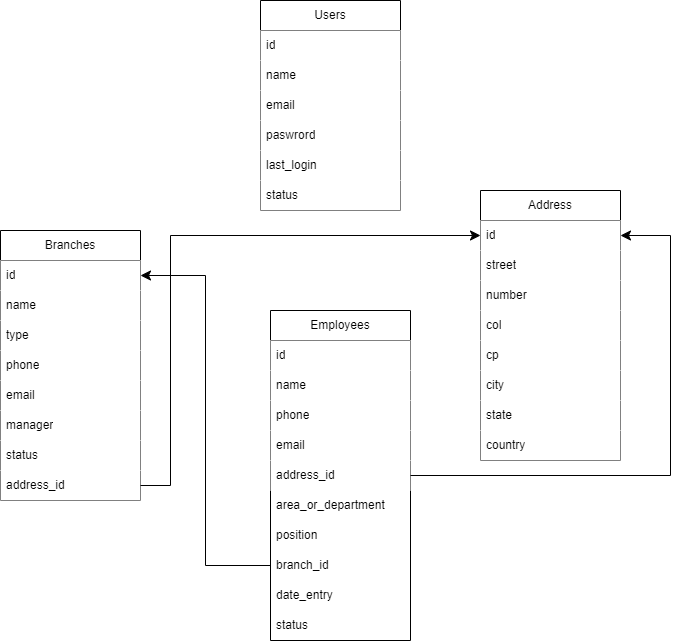
The draw.io diagram ModeloRelacional.png in Breayanxd/patito_project, before a commit. Source tidied: cells renumbered, new cells last; positions are measured from the earlier drawing's top-left corner, leaving out a move shared by most shapes.
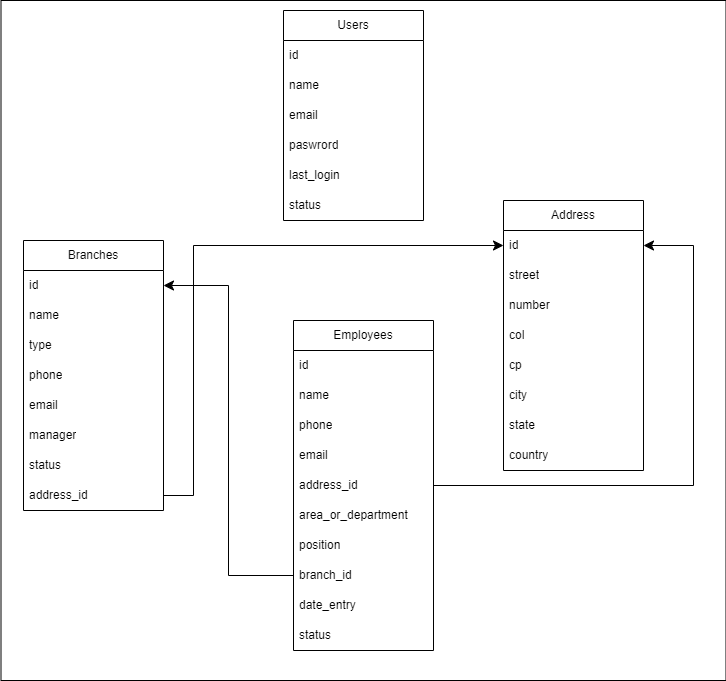
Later version of the same file.

Change to the diagram source:
```diff
@@ -2,97 +2,100 @@
   <root>
     <mxCell id="0" />
     <mxCell id="1" parent="0" />
+    <mxCell id="41" style="rounded=0;whiteSpace=wrap;html=1;fillColor=#FFFFFF;" parent="1" vertex="1">
+      <mxGeometry x="-22.5" y="-10" width="725" height="680" as="geometry" />
+    </mxCell>
-    <mxCell id="2" value="Branches" style="swimlane;fontStyle=0;horizontal=1;startSize=30;whiteSpace=wrap;html=1;fillColor=#FFFFFF;" parent="1" vertex="1">
+    <mxCell id="2" value="Branches" style="swimlane;fontStyle=0;horizontal=1;startSize=30;whiteSpace=wrap;html=1;" parent="1" vertex="1">
       <mxGeometry y="230" width="140" height="270" as="geometry" />
     </mxCell>
-    <mxCell id="3" value="id" style="text;strokeColor=none;fillColor=#FFFFFF;align=left;verticalAlign=middle;spacingLeft=4;spacingRight=4;overflow=hidden;points=[[0,0.5],[1,0.5]];portConstraint=eastwest;whiteSpace=wrap;html=1;" parent="2" vertex="1">
+    <mxCell id="3" value="id" style="text;strokeColor=none;fillColor=none;align=left;verticalAlign=middle;spacingLeft=4;spacingRight=4;overflow=hidden;points=[[0,0.5],[1,0.5]];portConstraint=eastwest;whiteSpace=wrap;html=1;" parent="2" vertex="1">
       <mxGeometry y="30" width="140" height="30" as="geometry" />
     </mxCell>
-    <mxCell id="4" value="name" style="text;strokeColor=none;fillColor=#FFFFFF;align=left;verticalAlign=middle;spacingLeft=4;spacingRight=4;overflow=hidden;whiteSpace=wrap;html=1;" parent="2" vertex="1">
+    <mxCell id="4" value="name" style="text;strokeColor=none;fillColor=none;align=left;verticalAlign=middle;spacingLeft=4;spacingRight=4;overflow=hidden;whiteSpace=wrap;html=1;" parent="2" vertex="1">
       <mxGeometry y="60" width="140" height="30" as="geometry" />
     </mxCell>
-    <mxCell id="5" value="type" style="text;strokeColor=none;fillColor=#FFFFFF;align=left;verticalAlign=middle;spacingLeft=4;spacingRight=4;overflow=hidden;whiteSpace=wrap;html=1;" parent="2" vertex="1">
+    <mxCell id="5" value="type" style="text;strokeColor=none;fillColor=none;align=left;verticalAlign=middle;spacingLeft=4;spacingRight=4;overflow=hidden;whiteSpace=wrap;html=1;" parent="2" vertex="1">
       <mxGeometry y="90" width="140" height="30" as="geometry" />
     </mxCell>
-    <mxCell id="6" value="phone" style="text;strokeColor=none;fillColor=#FFFFFF;align=left;verticalAlign=middle;spacingLeft=4;spacingRight=4;overflow=hidden;whiteSpace=wrap;html=1;" parent="2" vertex="1">
+    <mxCell id="6" value="phone" style="text;strokeColor=none;fillColor=none;align=left;verticalAlign=middle;spacingLeft=4;spacingRight=4;overflow=hidden;whiteSpace=wrap;html=1;" parent="2" vertex="1">
       <mxGeometry y="120" width="140" height="30" as="geometry" />
     </mxCell>
-    <mxCell id="7" value="email" style="text;strokeColor=none;fillColor=#FFFFFF;align=left;verticalAlign=middle;spacingLeft=4;spacingRight=4;overflow=hidden;whiteSpace=wrap;html=1;" parent="2" vertex="1">
+    <mxCell id="7" value="email" style="text;strokeColor=none;fillColor=none;align=left;verticalAlign=middle;spacingLeft=4;spacingRight=4;overflow=hidden;whiteSpace=wrap;html=1;" parent="2" vertex="1">
       <mxGeometry y="150" width="140" height="30" as="geometry" />
     </mxCell>
-    <mxCell id="8" value="manager" style="text;strokeColor=none;fillColor=#FFFFFF;align=left;verticalAlign=middle;spacingLeft=4;spacingRight=4;overflow=hidden;whiteSpace=wrap;html=1;" parent="2" vertex="1">
+    <mxCell id="8" value="manager" style="text;strokeColor=none;fillColor=none;align=left;verticalAlign=middle;spacingLeft=4;spacingRight=4;overflow=hidden;whiteSpace=wrap;html=1;" parent="2" vertex="1">
       <mxGeometry y="180" width="140" height="30" as="geometry" />
     </mxCell>
-    <mxCell id="9" value="status" style="text;strokeColor=none;fillColor=#FFFFFF;align=left;verticalAlign=middle;spacingLeft=4;spacingRight=4;overflow=hidden;whiteSpace=wrap;html=1;" parent="2" vertex="1">
+    <mxCell id="9" value="status" style="text;strokeColor=none;fillColor=none;align=left;verticalAlign=middle;spacingLeft=4;spacingRight=4;overflow=hidden;whiteSpace=wrap;html=1;" parent="2" vertex="1">
       <mxGeometry y="210" width="140" height="30" as="geometry" />
     </mxCell>
-    <mxCell id="10" value="address_id" style="text;strokeColor=none;fillColor=#FFFFFF;align=left;verticalAlign=middle;spacingLeft=4;spacingRight=4;overflow=hidden;points=[[0,0.5],[1,0.5]];portConstraint=eastwest;whiteSpace=wrap;html=1;" parent="2" vertex="1">
+    <mxCell id="10" value="address_id" style="text;strokeColor=none;fillColor=none;align=left;verticalAlign=middle;spacingLeft=4;spacingRight=4;overflow=hidden;points=[[0,0.5],[1,0.5]];portConstraint=eastwest;whiteSpace=wrap;html=1;" parent="2" vertex="1">
       <mxGeometry y="240" width="140" height="30" as="geometry" />
     </mxCell>
-    <mxCell id="11" value="Users" style="swimlane;fontStyle=0;horizontal=1;startSize=30;whiteSpace=wrap;html=1;fillColor=#FFFFFF;" parent="1" vertex="1">
+    <mxCell id="11" value="Users" style="swimlane;fontStyle=0;horizontal=1;startSize=30;whiteSpace=wrap;html=1;" parent="1" vertex="1">
       <mxGeometry x="260" width="140" height="210" as="geometry" />
     </mxCell>
-    <mxCell id="12" value="id" style="text;strokeColor=none;fillColor=#FFFFFF;align=left;verticalAlign=middle;spacingLeft=4;spacingRight=4;overflow=hidden;whiteSpace=wrap;html=1;" parent="11" vertex="1">
+    <mxCell id="12" value="id" style="text;strokeColor=none;fillColor=none;align=left;verticalAlign=middle;spacingLeft=4;spacingRight=4;overflow=hidden;whiteSpace=wrap;html=1;" parent="11" vertex="1">
       <mxGeometry y="30" width="140" height="30" as="geometry" />
     </mxCell>
-    <mxCell id="13" value="name" style="text;strokeColor=none;fillColor=#FFFFFF;align=left;verticalAlign=middle;spacingLeft=4;spacingRight=4;overflow=hidden;whiteSpace=wrap;html=1;" parent="11" vertex="1">
+    <mxCell id="13" value="name" style="text;strokeColor=none;fillColor=none;align=left;verticalAlign=middle;spacingLeft=4;spacingRight=4;overflow=hidden;whiteSpace=wrap;html=1;" parent="11" vertex="1">
       <mxGeometry y="60" width="140" height="30" as="geometry" />
     </mxCell>
-    <mxCell id="14" value="email" style="text;strokeColor=none;fillColor=#FFFFFF;align=left;verticalAlign=middle;spacingLeft=4;spacingRight=4;overflow=hidden;whiteSpace=wrap;html=1;" parent="11" vertex="1">
+    <mxCell id="14" value="email" style="text;strokeColor=none;fillColor=none;align=left;verticalAlign=middle;spacingLeft=4;spacingRight=4;overflow=hidden;whiteSpace=wrap;html=1;" parent="11" vertex="1">
       <mxGeometry y="90" width="140" height="30" as="geometry" />
     </mxCell>
-    <mxCell id="15" value="paswrord" style="text;strokeColor=none;fillColor=#FFFFFF;align=left;verticalAlign=middle;spacingLeft=4;spacingRight=4;overflow=hidden;whiteSpace=wrap;html=1;" parent="11" vertex="1">
+    <mxCell id="15" value="paswrord" style="text;strokeColor=none;fillColor=none;align=left;verticalAlign=middle;spacingLeft=4;spacingRight=4;overflow=hidden;whiteSpace=wrap;html=1;" parent="11" vertex="1">
       <mxGeometry y="120" width="140" height="30" as="geometry" />
     </mxCell>
-    <mxCell id="16" value="last_login" style="text;strokeColor=none;fillColor=#FFFFFF;align=left;verticalAlign=middle;spacingLeft=4;spacingRight=4;overflow=hidden;whiteSpace=wrap;html=1;" parent="11" vertex="1">
+    <mxCell id="16" value="last_login" style="text;strokeColor=none;fillColor=none;align=left;verticalAlign=middle;spacingLeft=4;spacingRight=4;overflow=hidden;whiteSpace=wrap;html=1;" parent="11" vertex="1">
       <mxGeometry y="150" width="140" height="30" as="geometry" />
     </mxCell>
-    <mxCell id="17" value="status" style="text;strokeColor=none;fillColor=#FFFFFF;align=left;verticalAlign=middle;spacingLeft=4;spacingRight=4;overflow=hidden;whiteSpace=wrap;html=1;" parent="11" vertex="1">
+    <mxCell id="17" value="status" style="text;strokeColor=none;fillColor=none;align=left;verticalAlign=middle;spacingLeft=4;spacingRight=4;overflow=hidden;whiteSpace=wrap;html=1;" parent="11" vertex="1">
       <mxGeometry y="180" width="140" height="30" as="geometry" />
     </mxCell>
-    <mxCell id="18" value="Address" style="swimlane;fontStyle=0;horizontal=1;startSize=30;whiteSpace=wrap;html=1;fillColor=#FFFFFF;" parent="1" vertex="1">
+    <mxCell id="18" value="Address" style="swimlane;fontStyle=0;horizontal=1;startSize=30;whiteSpace=wrap;html=1;" parent="1" vertex="1">
       <mxGeometry x="480" y="190" width="140" height="270" as="geometry" />
     </mxCell>
-    <mxCell id="19" value="id" style="text;strokeColor=none;fillColor=#FFFFFF;align=left;verticalAlign=middle;spacingLeft=4;spacingRight=4;overflow=hidden;points=[[0,0.5],[1,0.5]];portConstraint=eastwest;whiteSpace=wrap;html=1;" parent="18" vertex="1">
+    <mxCell id="19" value="id" style="text;strokeColor=none;fillColor=none;align=left;verticalAlign=middle;spacingLeft=4;spacingRight=4;overflow=hidden;points=[[0,0.5],[1,0.5]];portConstraint=eastwest;whiteSpace=wrap;html=1;" parent="18" vertex="1">
       <mxGeometry y="30" width="140" height="30" as="geometry" />
     </mxCell>
-    <mxCell id="20" value="street&lt;br&gt;" style="text;strokeColor=none;fillColor=#FFFFFF;align=left;verticalAlign=middle;spacingLeft=4;spacingRight=4;overflow=hidden;whiteSpace=wrap;html=1;" parent="18" vertex="1">
+    <mxCell id="20" value="street&lt;br&gt;" style="text;strokeColor=none;fillColor=none;align=left;verticalAlign=middle;spacingLeft=4;spacingRight=4;overflow=hidden;whiteSpace=wrap;html=1;" parent="18" vertex="1">
       <mxGeometry y="60" width="140" height="30" as="geometry" />
     </mxCell>
-    <mxCell id="21" value="number" style="text;strokeColor=none;fillColor=#FFFFFF;align=left;verticalAlign=middle;spacingLeft=4;spacingRight=4;overflow=hidden;whiteSpace=wrap;html=1;" parent="18" vertex="1">
+    <mxCell id="21" value="number" style="text;strokeColor=none;fillColor=none;align=left;verticalAlign=middle;spacingLeft=4;spacingRight=4;overflow=hidden;whiteSpace=wrap;html=1;" parent="18" vertex="1">
       <mxGeometry y="90" width="140" height="30" as="geometry" />
     </mxCell>
-    <mxCell id="22" value="col" style="text;strokeColor=none;fillColor=#FFFFFF;align=left;verticalAlign=middle;spacingLeft=4;spacingRight=4;overflow=hidden;whiteSpace=wrap;html=1;" parent="18" vertex="1">
+    <mxCell id="22" value="col" style="text;strokeColor=none;fillColor=none;align=left;verticalAlign=middle;spacingLeft=4;spacingRight=4;overflow=hidden;whiteSpace=wrap;html=1;" parent="18" vertex="1">
       <mxGeometry y="120" width="140" height="30" as="geometry" />
     </mxCell>
-    <mxCell id="23" value="cp" style="text;strokeColor=none;fillColor=#FFFFFF;align=left;verticalAlign=middle;spacingLeft=4;spacingRight=4;overflow=hidden;whiteSpace=wrap;html=1;" parent="18" vertex="1">
+    <mxCell id="23" value="cp" style="text;strokeColor=none;fillColor=none;align=left;verticalAlign=middle;spacingLeft=4;spacingRight=4;overflow=hidden;whiteSpace=wrap;html=1;" parent="18" vertex="1">
       <mxGeometry y="150" width="140" height="30" as="geometry" />
     </mxCell>
-    <mxCell id="24" value="city" style="text;strokeColor=none;fillColor=#FFFFFF;align=left;verticalAlign=middle;spacingLeft=4;spacingRight=4;overflow=hidden;whiteSpace=wrap;html=1;" parent="18" vertex="1">
+    <mxCell id="24" value="city" style="text;strokeColor=none;fillColor=none;align=left;verticalAlign=middle;spacingLeft=4;spacingRight=4;overflow=hidden;whiteSpace=wrap;html=1;" parent="18" vertex="1">
       <mxGeometry y="180" width="140" height="30" as="geometry" />
     </mxCell>
-    <mxCell id="25" value="state" style="text;strokeColor=none;fillColor=#FFFFFF;align=left;verticalAlign=middle;spacingLeft=4;spacingRight=4;overflow=hidden;whiteSpace=wrap;html=1;" parent="18" vertex="1">
+    <mxCell id="25" value="state" style="text;strokeColor=none;fillColor=none;align=left;verticalAlign=middle;spacingLeft=4;spacingRight=4;overflow=hidden;whiteSpace=wrap;html=1;" parent="18" vertex="1">
       <mxGeometry y="210" width="140" height="30" as="geometry" />
     </mxCell>
-    <mxCell id="26" value="country" style="text;strokeColor=none;fillColor=#FFFFFF;align=left;verticalAlign=middle;spacingLeft=4;spacingRight=4;overflow=hidden;whiteSpace=wrap;html=1;" parent="18" vertex="1">
+    <mxCell id="26" value="country" style="text;strokeColor=none;fillColor=none;align=left;verticalAlign=middle;spacingLeft=4;spacingRight=4;overflow=hidden;whiteSpace=wrap;html=1;" parent="18" vertex="1">
       <mxGeometry y="240" width="140" height="30" as="geometry" />
     </mxCell>
     <mxCell id="27" value="Employees" style="swimlane;fontStyle=0;horizontal=1;startSize=30;whiteSpace=wrap;html=1;" parent="1" vertex="1">
       <mxGeometry x="270" y="310" width="140" height="330" as="geometry" />
     </mxCell>
-    <mxCell id="28" value="id" style="text;strokeColor=none;fillColor=#FFFFFF;align=left;verticalAlign=middle;spacingLeft=4;spacingRight=4;overflow=hidden;whiteSpace=wrap;html=1;" parent="27" vertex="1">
+    <mxCell id="28" value="id" style="text;strokeColor=none;fillColor=none;align=left;verticalAlign=middle;spacingLeft=4;spacingRight=4;overflow=hidden;whiteSpace=wrap;html=1;" parent="27" vertex="1">
       <mxGeometry y="30" width="140" height="30" as="geometry" />
     </mxCell>
-    <mxCell id="29" value="name" style="text;strokeColor=none;fillColor=#FFFFFF;align=left;verticalAlign=middle;spacingLeft=4;spacingRight=4;overflow=hidden;whiteSpace=wrap;html=1;" parent="27" vertex="1">
+    <mxCell id="29" value="name" style="text;strokeColor=none;fillColor=none;align=left;verticalAlign=middle;spacingLeft=4;spacingRight=4;overflow=hidden;whiteSpace=wrap;html=1;" parent="27" vertex="1">
       <mxGeometry y="60" width="140" height="30" as="geometry" />
     </mxCell>
-    <mxCell id="30" value="phone" style="text;strokeColor=none;fillColor=#FFFFFF;align=left;verticalAlign=middle;spacingLeft=4;spacingRight=4;overflow=hidden;whiteSpace=wrap;html=1;" parent="27" vertex="1">
+    <mxCell id="30" value="phone" style="text;strokeColor=none;fillColor=none;align=left;verticalAlign=middle;spacingLeft=4;spacingRight=4;overflow=hidden;whiteSpace=wrap;html=1;" parent="27" vertex="1">
       <mxGeometry y="90" width="140" height="30" as="geometry" />
     </mxCell>
-    <mxCell id="31" value="email" style="text;strokeColor=none;fillColor=#FFFFFF;align=left;verticalAlign=middle;spacingLeft=4;spacingRight=4;overflow=hidden;whiteSpace=wrap;html=1;" parent="27" vertex="1">
+    <mxCell id="31" value="email" style="text;strokeColor=none;fillColor=none;align=left;verticalAlign=middle;spacingLeft=4;spacingRight=4;overflow=hidden;whiteSpace=wrap;html=1;" parent="27" vertex="1">
       <mxGeometry y="120" width="140" height="30" as="geometry" />
     </mxCell>
-    <mxCell id="32" value="address_id" style="text;strokeColor=none;fillColor=#FFFFFF;align=left;verticalAlign=middle;spacingLeft=4;spacingRight=4;overflow=hidden;points=[[0,0.5],[1,0.5]];portConstraint=eastwest;whiteSpace=wrap;html=1;" parent="27" vertex="1">
+    <mxCell id="32" value="address_id" style="text;strokeColor=none;fillColor=none;align=left;verticalAlign=middle;spacingLeft=4;spacingRight=4;overflow=hidden;points=[[0,0.5],[1,0.5]];portConstraint=eastwest;whiteSpace=wrap;html=1;" parent="27" vertex="1">
       <mxGeometry y="150" width="140" height="30" as="geometry" />
     </mxCell>
     <mxCell id="33" value="area_or_department" style="text;strokeColor=none;fillColor=none;align=left;verticalAlign=middle;spacingLeft=4;spacingRight=4;overflow=hidden;whiteSpace=wrap;html=1;" parent="27" vertex="1">
@@ -110,7 +113,7 @@
     <mxCell id="37" value="status" style="text;strokeColor=none;fillColor=none;align=left;verticalAlign=middle;spacingLeft=4;spacingRight=4;overflow=hidden;whiteSpace=wrap;html=1;" parent="27" vertex="1">
       <mxGeometry y="300" width="140" height="30" as="geometry" />
     </mxCell>
-    <mxCell id="38" style="edgeStyle=elbowEdgeStyle;elbow=horizontal;endArrow=classic;html=1;curved=0;rounded=0;endSize=8;startSize=8;exitX=1;exitY=0.5;exitDx=0;exitDy=0;entryX=0;entryY=0.5;entryDx=0;entryDy=0;fillColor=#FFFFFF;" parent="1" edge="1" source="10" target="19">
+    <mxCell id="38" style="edgeStyle=elbowEdgeStyle;elbow=horizontal;endArrow=classic;html=1;curved=0;rounded=0;endSize=8;startSize=8;exitX=1;exitY=0.5;exitDx=0;exitDy=0;entryX=0;entryY=0.5;entryDx=0;entryDy=0;" parent="1" edge="1" source="10" target="19">
       <mxGeometry relative="1" as="geometry">
         <Array as="points">
           <mxPoint x="170" y="310" />
@@ -121,7 +124,7 @@
     <mxCell id="39" style="edgeStyle=elbowEdgeStyle;elbow=horizontal;endArrow=classic;html=1;curved=0;rounded=0;endSize=8;startSize=8;entryX=1;entryY=0.5;entryDx=0;entryDy=0;exitX=0;exitY=0.5;exitDx=0;exitDy=0;" parent="1" edge="1" source="35" target="3">
       <mxGeometry relative="1" as="geometry" />
     </mxCell>
-    <mxCell id="40" style="edgeStyle=elbowEdgeStyle;elbow=horizontal;endArrow=classic;html=1;curved=0;rounded=0;endSize=8;startSize=8;entryX=1;entryY=0.5;entryDx=0;entryDy=0;fillColor=#FFFFFF;" parent="1" edge="1" source="32" target="19">
+    <mxCell id="40" style="edgeStyle=elbowEdgeStyle;elbow=horizontal;endArrow=classic;html=1;curved=0;rounded=0;endSize=8;startSize=8;entryX=1;entryY=0.5;entryDx=0;entryDy=0;" parent="1" edge="1" source="32" target="19">
       <mxGeometry relative="1" as="geometry">
         <Array as="points">
           <mxPoint x="670" y="350" />
```
